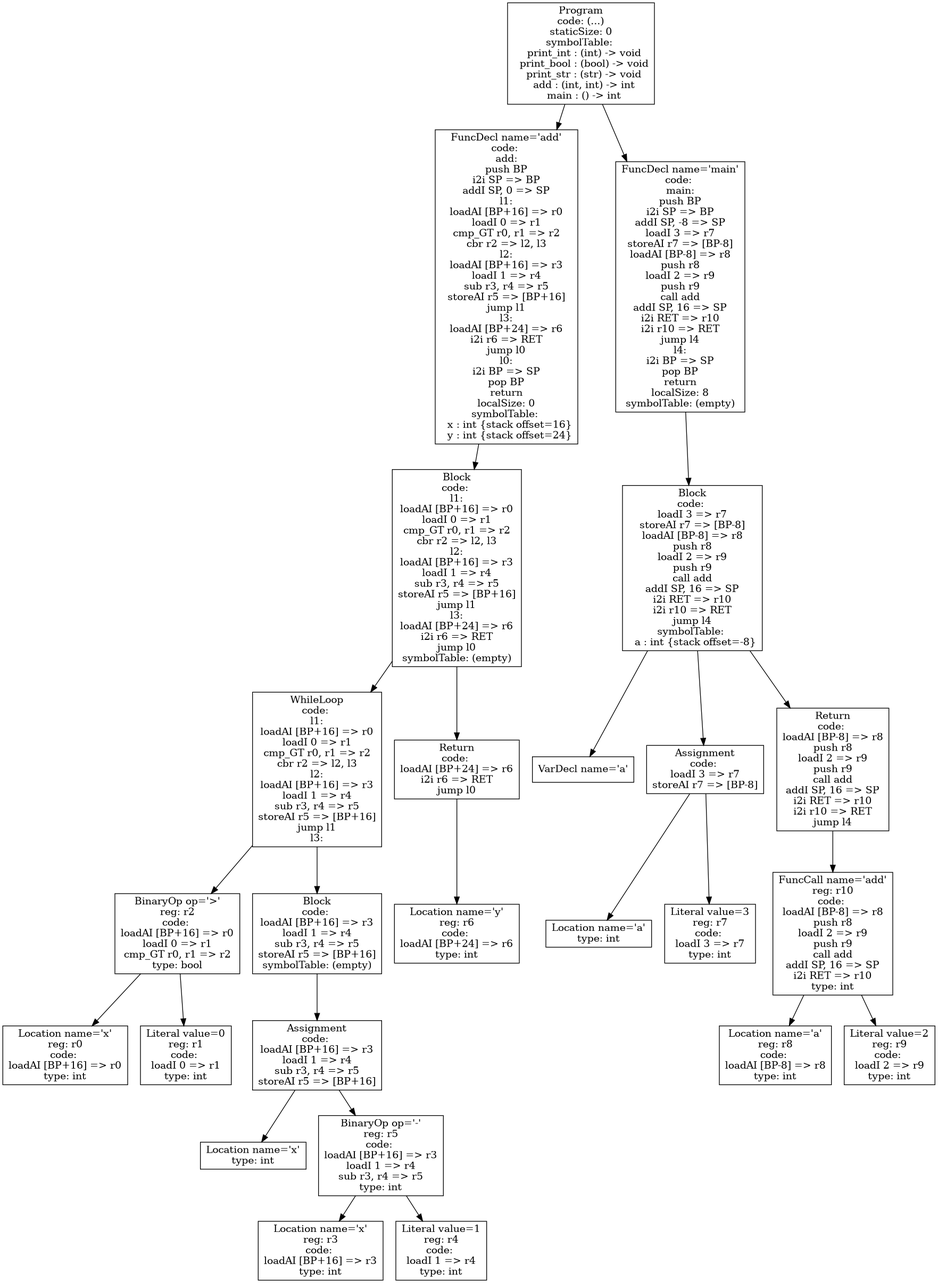
The Graphviz diagram p4-codegen/tests/iloc-tree.png in atrim11/CS432, before a commit. Its source is kept beside it as p4-codegen/iloc-tree.dot.
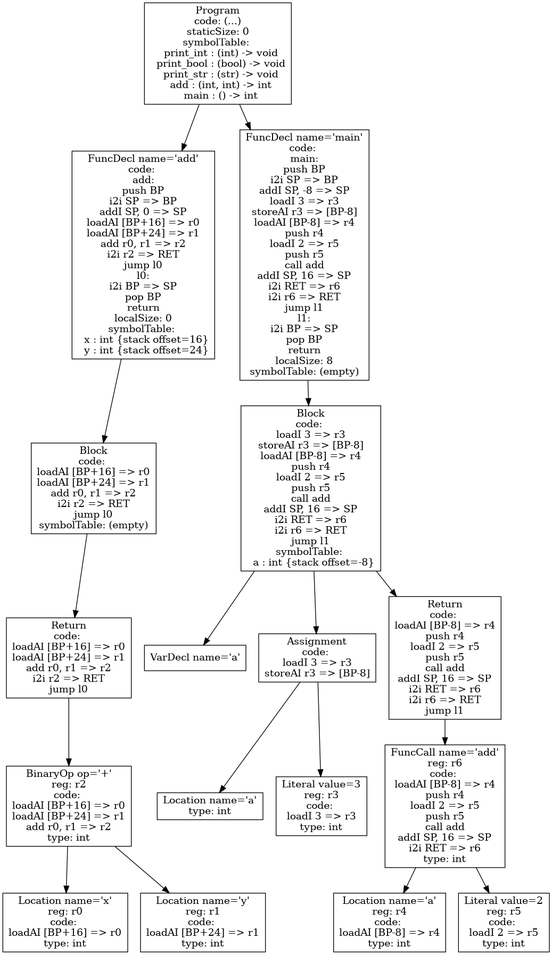
Later version of the same file.

What changed in the source:
```diff
@@ -1,95 +1,97 @@
 digraph AST {
-1 [shape=box, label="VarDecl name='a'\ncode: \nloadI 256 => r0\naddI SP, 80 => SP"];
-2 [shape=box, label="VarDecl name='g'"];
-6 [shape=box, label="Location name='g'\ntype: int"];
+1 [shape=box, label="VarDecl name='data'\ncode: \nloadI 256 => r0\naddI SP, 40 => SP"];
 7 [shape=box, label="Location name='x'\nreg: r1\ncode: \nloadAI [BP+16] => r1\ntype: int"];
-5 [shape=box, label="Assignment\ncode: \nloadAI [BP+16] => r1\nloadI 336 => r2\nstoreAI r1 => [r2+0]"];
+8 [shape=box, label="Location name='y'\nreg: r2\ncode: \nloadAI [BP+24] => r2\ntype: int"];
+6 [shape=box, label="BinaryOp op='*'\nreg: r3\ncode: \nloadAI [BP+16] => r1\nloadAI [BP+24] => r2\nmult r1, r2 => r3\ntype: int"];
+6 -> 7;
+6 -> 8;
+10 [shape=box, label="Location name='x'\nreg: r4\ncode: \nloadAI [BP+16] => r4\ntype: int"];
+11 [shape=box, label="Location name='y'\nreg: r5\ncode: \nloadAI [BP+24] => r5\ntype: int"];
+9 [shape=box, label="BinaryOp op='-'\nreg: r6\ncode: \nloadAI [BP+16] => r4\nloadAI [BP+24] => r5\nsub r4, r5 => r6\ntype: int"];
+9 -> 10;
+9 -> 11;
+5 [shape=box, label="BinaryOp op='+'\nreg: r7\ncode: \nloadAI [BP+16] => r1\nloadAI [BP+24] => r2\nmult r1, r2 => r3\nloadAI [BP+16] => r4\nloadAI [BP+24] => r5\nsub r4, r5 => r6\nadd r3, r6 => r7\ntype: int"];
 5 -> 6;
-5 -> 7;
-9 [shape=box, label="Location name='x'\nreg: r3\ncode: \nloadAI [BP+16] => r3\ntype: int"];
-8 [shape=box, label="Return\ncode: \nloadAI [BP+16] => r3\ni2i r3 => RET\njump l0"];
-8 -> 9;
-4 [shape=box, label="Block\ncode: \nloadAI [BP+16] => r1\nloadI 336 => r2\nstoreAI r1 => [r2+0]\nloadAI [BP+16] => r3\ni2i r3 => RET\njump l0\nsymbolTable: (empty)"];
+5 -> 9;
+4 [shape=box, label="Return\ncode: \nloadAI [BP+16] => r1\nloadAI [BP+24] => r2\nmult r1, r2 => r3\nloadAI [BP+16] => r4\nloadAI [BP+24] => r5\nsub r4, r5 => r6\nadd r3, r6 => r7\ni2i r7 => RET\njump l0"];
 4 -> 5;
-4 -> 8;
-3 [shape=box, label="FuncDecl name='set'\ncode: \nset:\npush BP\ni2i SP => BP\naddI SP, 0 => SP\nloadAI [BP+16] => r1\nloadI 336 => r2\nstoreAI r1 => [r2+0]\nloadAI [BP+16] => r3\ni2i r3 => RET\njump l0\nl0:\ni2i BP => SP\npop BP\nreturn\nlocalSize: 0\nsymbolTable: \n  x : int {stack offset=16}"];
+3 [shape=box, label="Block\ncode: \nloadAI [BP+16] => r1\nloadAI [BP+24] => r2\nmult r1, r2 => r3\nloadAI [BP+16] => r4\nloadAI [BP+24] => r5\nsub r4, r5 => r6\nadd r3, r6 => r7\ni2i r7 => RET\njump l0\nsymbolTable: (empty)"];
 3 -> 4;
-14 [shape=box, label="Location name='x'\nreg: r4\ncode: \nloadAI [BP+16] => r4\ntype: int"];
-15 [shape=box, label="Location name='y'\nreg: r5\ncode: \nloadAI [BP+24] => r5\ntype: int"];
-13 [shape=box, label="BinaryOp op='+'\nreg: r6\ncode: \nloadAI [BP+16] => r4\nloadAI [BP+24] => r5\nadd r4, r5 => r6\ntype: int"];
+2 [shape=box, label="FuncDecl name='compute'\ncode: \ncompute:\npush BP\ni2i SP => BP\naddI SP, 0 => SP\nloadAI [BP+16] => r1\nloadAI [BP+24] => r2\nmult r1, r2 => r3\nloadAI [BP+16] => r4\nloadAI [BP+24] => r5\nsub r4, r5 => r6\nadd r3, r6 => r7\ni2i r7 => RET\njump l0\nl0:\ni2i BP => SP\npop BP\nreturn\nlocalSize: 0\nsymbolTable: \n  x : int {stack offset=16}\n  y : int {stack offset=24}"];
+2 -> 3;
+14 [shape=box, label="VarDecl name='i'"];
+15 [shape=box, label="VarDecl name='result'"];
+17 [shape=box, label="Location name='i'\ntype: int"];
+18 [shape=box, label="Literal value=0\nreg: r8\ncode: \nloadI 0 => r8\ntype: int"];
+16 [shape=box, label="Assignment\ncode: \nloadI 0 => r8\nstoreAI r8 => [BP-8]"];
+16 -> 17;
+16 -> 18;
+20 [shape=box, label="Location name='result'\ntype: int"];
+21 [shape=box, label="Literal value=0\nreg: r9\ncode: \nloadI 0 => r9\ntype: int"];
+19 [shape=box, label="Assignment\ncode: \nloadI 0 => r9\nstoreAI r9 => [BP-16]"];
+19 -> 20;
+19 -> 21;
+24 [shape=box, label="Location name='i'\nreg: r10\ncode: \nloadAI [BP-8] => r10\ntype: int"];
+25 [shape=box, label="Literal value=5\nreg: r11\ncode: \nloadI 5 => r11\ntype: int"];
+23 [shape=box, label="BinaryOp op='<'\nreg: r12\ncode: \nloadAI [BP-8] => r10\nloadI 5 => r11\ncmp_LT r10, r11 => r12\ntype: bool"];
+23 -> 24;
+23 -> 25;
+29 [shape=box, label="Location name='i'\nreg: r13\ncode: \nloadAI [BP-8] => r13\ntype: int"];
+28 [shape=box, label="Location name='data'\ntype: int"];
+28 -> 29;
+31 [shape=box, label="Location name='i'\nreg: r14\ncode: \nloadAI [BP-8] => r14\ntype: int"];
+33 [shape=box, label="Location name='i'\nreg: r15\ncode: \nloadAI [BP-8] => r15\ntype: int"];
+34 [shape=box, label="Literal value=1\nreg: r16\ncode: \nloadI 1 => r16\ntype: int"];
+32 [shape=box, label="BinaryOp op='+'\nreg: r17\ncode: \nloadAI [BP-8] => r15\nloadI 1 => r16\nadd r15, r16 => r17\ntype: int"];
+32 -> 33;
+32 -> 34;
+30 [shape=box, label="FuncCall name='compute'\nreg: r18\ncode: \nloadAI [BP-8] => r14\npush r14\nloadAI [BP-8] => r15\nloadI 1 => r16\nadd r15, r16 => r17\npush r17\ncall compute\naddI SP, 16 => SP\ni2i RET => r18\ntype: int"];
+30 -> 31;
+30 -> 32;
+27 [shape=box, label="Assignment\ncode: \nloadAI [BP-8] => r13\nloadI 256 => r19\nmultI r13, 8 => r20\nloadAI [BP-8] => r14\npush r14\nloadAI [BP-8] => r15\nloadI 1 => r16\nadd r15, r16 => r17\npush r17\ncall compute\naddI SP, 16 => SP\ni2i RET => r18\nstoreAO r18 => [r19+r20]"];
+27 -> 28;
+27 -> 30;
+36 [shape=box, label="Location name='result'\ntype: int"];
+38 [shape=box, label="Location name='result'\nreg: r21\ncode: \nloadAI [BP-16] => r21\ntype: int"];
+40 [shape=box, label="Location name='i'\nreg: r22\ncode: \nloadAI [BP-8] => r22\ntype: int"];
+39 [shape=box, label="Location name='data'\nreg: r24\ncode: \nloadI 256 => r23\nloadAI [BP-8] => r22\nmultI r22, 8 => r25\nloadAO [r23+r25] => r24\ntype: int"];
+39 -> 40;
+37 [shape=box, label="BinaryOp op='+'\nreg: r26\ncode: \nloadAI [BP-16] => r21\nloadI 256 => r23\nloadAI [BP-8] => r22\nmultI r22, 8 => r25\nloadAO [r23+r25] => r24\nadd r21, r24 => r26\ntype: int"];
+37 -> 38;
+37 -> 39;
+35 [shape=box, label="Assignment\ncode: \nloadAI [BP-16] => r21\nloadI 256 => r23\nloadAI [BP-8] => r22\nmultI r22, 8 => r25\nloadAO [r23+r25] => r24\nadd r21, r24 => r26\nstoreAI r26 => [BP-16]"];
+35 -> 36;
+35 -> 37;
+42 [shape=box, label="Location name='i'\ntype: int"];
+44 [shape=box, label="Location name='i'\nreg: r27\ncode: \nloadAI [BP-8] => r27\ntype: int"];
+45 [shape=box, label="Literal value=1\nreg: r28\ncode: \nloadI 1 => r28\ntype: int"];
+43 [shape=box, label="BinaryOp op='+'\nreg: r29\ncode: \nloadAI [BP-8] => r27\nloadI 1 => r28\nadd r27, r28 => r29\ntype: int"];
+43 -> 44;
+43 -> 45;
+41 [shape=box, label="Assignment\ncode: \nloadAI [BP-8] => r27\nloadI 1 => r28\nadd r27, r28 => r29\nstoreAI r29 => [BP-8]"];
+41 -> 42;
+41 -> 43;
+26 [shape=box, label="Block\ncode: \nloadAI [BP-8] => r13\nloadI 256 => r19\nmultI r13, 8 => r20\nloadAI [BP-8] => r14\npush r14\nloadAI [BP-8] => r15\nloadI 1 => r16\nadd r15, r16 => r17\npush r17\ncall compute\naddI SP, 16 => SP\ni2i RET => r18\nstoreAO r18 => [r19+r20]\nloadAI [BP-16] => r21\nloadI 256 => r23\nloadAI [BP-8] => r22\nmultI r22, 8 => r25\nloadAO [r23+r25] => r24\nadd r21, r24 => r26\nstoreAI r26 => [BP-16]\nloadAI [BP-8] => r27\nloadI 1 => r28\nadd r27, r28 => r29\nstoreAI r29 => [BP-8]\nsymbolTable: (empty)"];
+26 -> 27;
+26 -> 35;
+26 -> 41;
+22 [shape=box, label="WhileLoop\ncode: \nl2:\nloadAI [BP-8] => r10\nloadI 5 => r11\ncmp_LT r10, r11 => r12\ncbr r12 => l3, l4\nl3:\nloadAI [BP-8] => r13\nloadI 256 => r19\nmultI r13, 8 => r20\nloadAI [BP-8] => r14\npush r14\nloadAI [BP-8] => r15\nloadI 1 => r16\nadd r15, r16 => r17\npush r17\ncall compute\naddI SP, 16 => SP\ni2i RET => r18\nstoreAO r18 => [r19+r20]\nloadAI [BP-16] => r21\nloadI 256 => r23\nloadAI [BP-8] => r22\nmultI r22, 8 => r25\nloadAO [r23+r25] => r24\nadd r21, r24 => r26\nstoreAI r26 => [BP-16]\nloadAI [BP-8] => r27\nloadI 1 => r28\nadd r27, r28 => r29\nstoreAI r29 => [BP-8]\njump l2\nl4:"];
+22 -> 23;
+22 -> 26;
+47 [shape=box, label="Location name='result'\nreg: r30\ncode: \nloadAI [BP-16] => r30\ntype: int"];
+46 [shape=box, label="Return\ncode: \nloadAI [BP-16] => r30\ni2i r30 => RET\njump l1"];
+46 -> 47;
+13 [shape=box, label="Block\ncode: \nloadI 0 => r8\nstoreAI r8 => [BP-8]\nloadI 0 => r9\nstoreAI r9 => [BP-16]\nl2:\nloadAI [BP-8] => r10\nloadI 5 => r11\ncmp_LT r10, r11 => r12\ncbr r12 => l3, l4\nl3:\nloadAI [BP-8] => r13\nloadI 256 => r19\nmultI r13, 8 => r20\nloadAI [BP-8] => r14\npush r14\nloadAI [BP-8] => r15\nloadI 1 => r16\nadd r15, r16 => r17\npush r17\ncall compute\naddI SP, 16 => SP\ni2i RET => r18\nstoreAO r18 => [r19+r20]\nloadAI [BP-16] => r21\nloadI 256 => r23\nloadAI [BP-8] => r22\nmultI r22, 8 => r25\nloadAO [r23+r25] => r24\nadd r21, r24 => r26\nstoreAI r26 => [BP-16]\nloadAI [BP-8] => r27\nloadI 1 => r28\nadd r27, r28 => r29\nstoreAI r29 => [BP-8]\njump l2\nl4:\nloadAI [BP-16] => r30\ni2i r30 => RET\njump l1\nsymbolTable: \n  i : int {stack offset=-8}\n  result : int {stack offset=-16}"];
 13 -> 14;
 13 -> 15;
-12 [shape=box, label="Return\ncode: \nloadAI [BP+16] => r4\nloadAI [BP+24] => r5\nadd r4, r5 => r6\ni2i r6 => RET\njump l1"];
+13 -> 16;
+13 -> 19;
+13 -> 22;
+13 -> 46;
+12 [shape=box, label="FuncDecl name='main'\ncode: \nmain:\npush BP\ni2i SP => BP\naddI SP, -16 => SP\nloadI 0 => r8\nstoreAI r8 => [BP-8]\nloadI 0 => r9\nstoreAI r9 => [BP-16]\nl2:\nloadAI [BP-8] => r10\nloadI 5 => r11\ncmp_LT r10, r11 => r12\ncbr r12 => l3, l4\nl3:\nloadAI [BP-8] => r13\nloadI 256 => r19\nmultI r13, 8 => r20\nloadAI [BP-8] => r14\npush r14\nloadAI [BP-8] => r15\nloadI 1 => r16\nadd r15, r16 => r17\npush r17\ncall compute\naddI SP, 16 => SP\ni2i RET => r18\nstoreAO r18 => [r19+r20]\nloadAI [BP-16] => r21\nloadI 256 => r23\nloadAI [BP-8] => r22\nmultI r22, 8 => r25\nloadAO [r23+r25] => r24\nadd r21, r24 => r26\nstoreAI r26 => [BP-16]\nloadAI [BP-8] => r27\nloadI 1 => r28\nadd r27, r28 => r29\nstoreAI r29 => [BP-8]\njump l2\nl4:\nloadAI [BP-16] => r30\ni2i r30 => RET\njump l1\nl1:\ni2i BP => SP\npop BP\nreturn\nlocalSize: 16\nsymbolTable: (empty)"];
 12 -> 13;
-11 [shape=box, label="Block\ncode: \nloadAI [BP+16] => r4\nloadAI [BP+24] => r5\nadd r4, r5 => r6\ni2i r6 => RET\njump l1\nsymbolTable: (empty)"];
-11 -> 12;
-10 [shape=box, label="FuncDecl name='foo'\ncode: \nfoo:\npush BP\ni2i SP => BP\naddI SP, 0 => SP\nloadAI [BP+16] => r4\nloadAI [BP+24] => r5\nadd r4, r5 => r6\ni2i r6 => RET\njump l1\nl1:\ni2i BP => SP\npop BP\nreturn\nlocalSize: 0\nsymbolTable: \n  x : int {stack offset=16}\n  y : int {stack offset=24}"];
-10 -> 11;
-21 [shape=box, label="Literal value=3\nreg: r7\ncode: \nloadI 3 => r7\ntype: int"];
-20 [shape=box, label="FuncCall name='set'\nreg: r8\ncode: \nloadI 3 => r7\npush r7\ncall set\naddI SP, 8 => SP\ni2i RET => r8\ntype: int"];
-20 -> 21;
-22 [shape=box, label="Literal value=3\nreg: r9\ncode: \nloadI 3 => r9\ntype: int"];
-19 [shape=box, label="BinaryOp op='=='\nreg: r10\ncode: \nloadI 3 => r7\npush r7\ncall set\naddI SP, 8 => SP\ni2i RET => r8\nloadI 3 => r9\ncmp_EQ r8, r9 => r10\ntype: bool"];
-19 -> 20;
-19 -> 22;
-25 [shape=box, label="Location name='g'\ntype: int"];
-26 [shape=box, label="Literal value=99\nreg: r11\ncode: \nloadI 99 => r11\ntype: int"];
-24 [shape=box, label="Assignment\ncode: \nloadI 99 => r11\nloadI 336 => r12\nstoreAI r11 => [r12+0]"];
-24 -> 25;
-24 -> 26;
-30 [shape=box, label="Literal value=98\nreg: r13\ncode: \nloadI 98 => r13\ntype: int"];
-29 [shape=box, label="FuncCall name='set'\nreg: r14\ncode: \nloadI 98 => r13\npush r13\ncall set\naddI SP, 8 => SP\ni2i RET => r14\ntype: int"];
-29 -> 30;
-31 [shape=box, label="Literal value=4\nreg: r15\ncode: \nloadI 4 => r15\ntype: int"];
-28 [shape=box, label="BinaryOp op='=='\nreg: r16\ncode: \nloadI 98 => r13\npush r13\ncall set\naddI SP, 8 => SP\ni2i RET => r14\nloadI 4 => r15\ncmp_EQ r14, r15 => r16\ntype: bool"];
-28 -> 29;
-28 -> 31;
-34 [shape=box, label="Literal value=1\nreg: r17\ncode: \nloadI 1 => r17\ntype: int"];
-33 [shape=box, label="Return\ncode: \nloadI 1 => r17\ni2i r17 => RET\njump l2"];
-33 -> 34;
-32 [shape=box, label="Block\ncode: \nloadI 1 => r17\ni2i r17 => RET\njump l2\nsymbolTable: (empty)"];
-32 -> 33;
-40 [shape=box, label="Literal value=4\nreg: r18\ncode: \nloadI 4 => r18\ntype: int"];
-39 [shape=box, label="FuncCall name='set'\nreg: r19\ncode: \nloadI 4 => r18\npush r18\ncall set\naddI SP, 8 => SP\ni2i RET => r19\ntype: int"];
-39 -> 40;
-42 [shape=box, label="Literal value=4\nreg: r20\ncode: \nloadI 4 => r20\ntype: int"];
-41 [shape=box, label="FuncCall name='set'\nreg: r21\ncode: \nloadI 4 => r20\npush r20\ncall set\naddI SP, 8 => SP\ni2i RET => r21\ntype: int"];
-41 -> 42;
-38 [shape=box, label="FuncCall name='foo'\nreg: r22\ncode: \nloadI 4 => r18\npush r18\ncall set\naddI SP, 8 => SP\ni2i RET => r19\npush r19\nloadI 4 => r20\npush r20\ncall set\naddI SP, 8 => SP\ni2i RET => r21\npush r21\ncall foo\naddI SP, 16 => SP\ni2i RET => r22\ntype: int"];
-38 -> 39;
-38 -> 41;
-43 [shape=box, label="Literal value=8\nreg: r23\ncode: \nloadI 8 => r23\ntype: int"];
-37 [shape=box, label="BinaryOp op='=='\nreg: r24\ncode: \nloadI 4 => r18\npush r18\ncall set\naddI SP, 8 => SP\ni2i RET => r19\npush r19\nloadI 4 => r20\npush r20\ncall set\naddI SP, 8 => SP\ni2i RET => r21\npush r21\ncall foo\naddI SP, 16 => SP\ni2i RET => r22\nloadI 8 => r23\ncmp_EQ r22, r23 => r24\ntype: bool"];
-37 -> 38;
-37 -> 43;
-46 [shape=box, label="Literal value=10000\nreg: r25\ncode: \nloadI 10000 => r25\ntype: int"];
-45 [shape=box, label="Return\ncode: \nloadI 10000 => r25\ni2i r25 => RET\njump l2"];
-45 -> 46;
-44 [shape=box, label="Block\ncode: \nloadI 10000 => r25\ni2i r25 => RET\njump l2\nsymbolTable: (empty)"];
-44 -> 45;
-36 [shape=box, label="Conditional\ncode: \nloadI 4 => r18\npush r18\ncall set\naddI SP, 8 => SP\ni2i RET => r19\npush r19\nloadI 4 => r20\npush r20\ncall set\naddI SP, 8 => SP\ni2i RET => r21\npush r21\ncall foo\naddI SP, 16 => SP\ni2i RET => r22\nloadI 8 => r23\ncmp_EQ r22, r23 => r24\ncbr r24 => l7, l8\nl7:\nloadI 10000 => r25\ni2i r25 => RET\njump l2\nl8:"];
-36 -> 37;
-36 -> 44;
-35 [shape=box, label="Block\ncode: \nloadI 4 => r18\npush r18\ncall set\naddI SP, 8 => SP\ni2i RET => r19\npush r19\nloadI 4 => r20\npush r20\ncall set\naddI SP, 8 => SP\ni2i RET => r21\npush r21\ncall foo\naddI SP, 16 => SP\ni2i RET => r22\nloadI 8 => r23\ncmp_EQ r22, r23 => r24\ncbr r24 => l7, l8\nl7:\nloadI 10000 => r25\ni2i r25 => RET\njump l2\nl8:\nsymbolTable: (empty)"];
-35 -> 36;
-27 [shape=box, label="Conditional\ncode: \nloadI 98 => r13\npush r13\ncall set\naddI SP, 8 => SP\ni2i RET => r14\nloadI 4 => r15\ncmp_EQ r14, r15 => r16\ncbr r16 => l5, l6\nl5:\nloadI 1 => r17\ni2i r17 => RET\njump l2\njump l9\nl6:\nloadI 4 => r18\npush r18\ncall set\naddI SP, 8 => SP\ni2i RET => r19\npush r19\nloadI 4 => r20\npush r20\ncall set\naddI SP, 8 => SP\ni2i RET => r21\npush r21\ncall foo\naddI SP, 16 => SP\ni2i RET => r22\nloadI 8 => r23\ncmp_EQ r22, r23 => r24\ncbr r24 => l7, l8\nl7:\nloadI 10000 => r25\ni2i r25 => RET\njump l2\nl8:\nl9:"];
-27 -> 28;
-27 -> 32;
-27 -> 35;
-23 [shape=box, label="Block\ncode: \nloadI 99 => r11\nloadI 336 => r12\nstoreAI r11 => [r12+0]\nloadI 98 => r13\npush r13\ncall set\naddI SP, 8 => SP\ni2i RET => r14\nloadI 4 => r15\ncmp_EQ r14, r15 => r16\ncbr r16 => l5, l6\nl5:\nloadI 1 => r17\ni2i r17 => RET\njump l2\njump l9\nl6:\nloadI 4 => r18\npush r18\ncall set\naddI SP, 8 => SP\ni2i RET => r19\npush r19\nloadI 4 => r20\npush r20\ncall set\naddI SP, 8 => SP\ni2i RET => r21\npush r21\ncall foo\naddI SP, 16 => SP\ni2i RET => r22\nloadI 8 => r23\ncmp_EQ r22, r23 => r24\ncbr r24 => l7, l8\nl7:\nloadI 10000 => r25\ni2i r25 => RET\njump l2\nl8:\nl9:\nsymbolTable: (empty)"];
-23 -> 24;
-23 -> 27;
-18 [shape=box, label="Conditional\ncode: \nloadI 3 => r7\npush r7\ncall set\naddI SP, 8 => SP\ni2i RET => r8\nloadI 3 => r9\ncmp_EQ r8, r9 => r10\ncbr r10 => l3, l4\nl3:\nloadI 99 => r11\nloadI 336 => r12\nstoreAI r11 => [r12+0]\nloadI 98 => r13\npush r13\ncall set\naddI SP, 8 => SP\ni2i RET => r14\nloadI 4 => r15\ncmp_EQ r14, r15 => r16\ncbr r16 => l5, l6\nl5:\nloadI 1 => r17\ni2i r17 => RET\njump l2\njump l9\nl6:\nloadI 4 => r18\npush r18\ncall set\naddI SP, 8 => SP\ni2i RET => r19\npush r19\nloadI 4 => r20\npush r20\ncall set\naddI SP, 8 => SP\ni2i RET => r21\npush r21\ncall foo\naddI SP, 16 => SP\ni2i RET => r22\nloadI 8 => r23\ncmp_EQ r22, r23 => r24\ncbr r24 => l7, l8\nl7:\nloadI 10000 => r25\ni2i r25 => RET\njump l2\nl8:\nl9:\nl4:"];
-18 -> 19;
-18 -> 23;
-17 [shape=box, label="Block\ncode: \nloadI 3 => r7\npush r7\ncall set\naddI SP, 8 => SP\ni2i RET => r8\nloadI 3 => r9\ncmp_EQ r8, r9 => r10\ncbr r10 => l3, l4\nl3:\nloadI 99 => r11\nloadI 336 => r12\nstoreAI r11 => [r12+0]\nloadI 98 => r13\npush r13\ncall set\naddI SP, 8 => SP\ni2i RET => r14\nloadI 4 => r15\ncmp_EQ r14, r15 => r16\ncbr r16 => l5, l6\nl5:\nloadI 1 => r17\ni2i r17 => RET\njump l2\njump l9\nl6:\nloadI 4 => r18\npush r18\ncall set\naddI SP, 8 => SP\ni2i RET => r19\npush r19\nloadI 4 => r20\npush r20\ncall set\naddI SP, 8 => SP\ni2i RET => r21\npush r21\ncall foo\naddI SP, 16 => SP\ni2i RET => r22\nloadI 8 => r23\ncmp_EQ r22, r23 => r24\ncbr r24 => l7, l8\nl7:\nloadI 10000 => r25\ni2i r25 => RET\njump l2\nl8:\nl9:\nl4:\nsymbolTable: (empty)"];
-17 -> 18;
-16 [shape=box, label="FuncDecl name='main'\ncode: \nmain:\npush BP\ni2i SP => BP\naddI SP, 0 => SP\nloadI 3 => r7\npush r7\ncall set\naddI SP, 8 => SP\ni2i RET => r8\nloadI 3 => r9\ncmp_EQ r8, r9 => r10\ncbr r10 => l3, l4\nl3:\nloadI 99 => r11\nloadI 336 => r12\nstoreAI r11 => [r12+0]\nloadI 98 => r13\npush r13\ncall set\naddI SP, 8 => SP\ni2i RET => r14\nloadI 4 => r15\ncmp_EQ r14, r15 => r16\ncbr r16 => l5, l6\nl5:\nloadI 1 => r17\ni2i r17 => RET\njump l2\njump l9\nl6:\nloadI 4 => r18\npush r18\ncall set\naddI SP, 8 => SP\ni2i RET => r19\npush r19\nloadI 4 => r20\npush r20\ncall set\naddI SP, 8 => SP\ni2i RET => r21\npush r21\ncall foo\naddI SP, 16 => SP\ni2i RET => r22\nloadI 8 => r23\ncmp_EQ r22, r23 => r24\ncbr r24 => l7, l8\nl7:\nloadI 10000 => r25\ni2i r25 => RET\njump l2\nl8:\nl9:\nl4:\nl2:\ni2i BP => SP\npop BP\nreturn\nlocalSize: 0\nsymbolTable: (empty)"];
-16 -> 17;
-0 [shape=box, label="Program\ncode: (...)\nstaticSize: 88\nsymbolTable: \n  print_int : (int) -> void\n  print_bool : (bool) -> void\n  print_str : (str) -> void\n  set : (int) -> int\n  foo : (int, int) -> int\n  main : () -> int\n  a : int [10] {static offset=256}\n  g : int {static offset=336}"];
+0 [shape=box, label="Program\ncode: (...)\nstaticSize: 40\nsymbolTable: \n  print_int : (int) -> void\n  print_bool : (bool) -> void\n  print_str : (str) -> void\n  compute : (int, int) -> int\n  main : () -> int\n  data : int [5] {static offset=256}"];
 0 -> 1;
 0 -> 2;
-0 -> 3;
-0 -> 10;
-0 -> 16;
+0 -> 12;
 }
```
